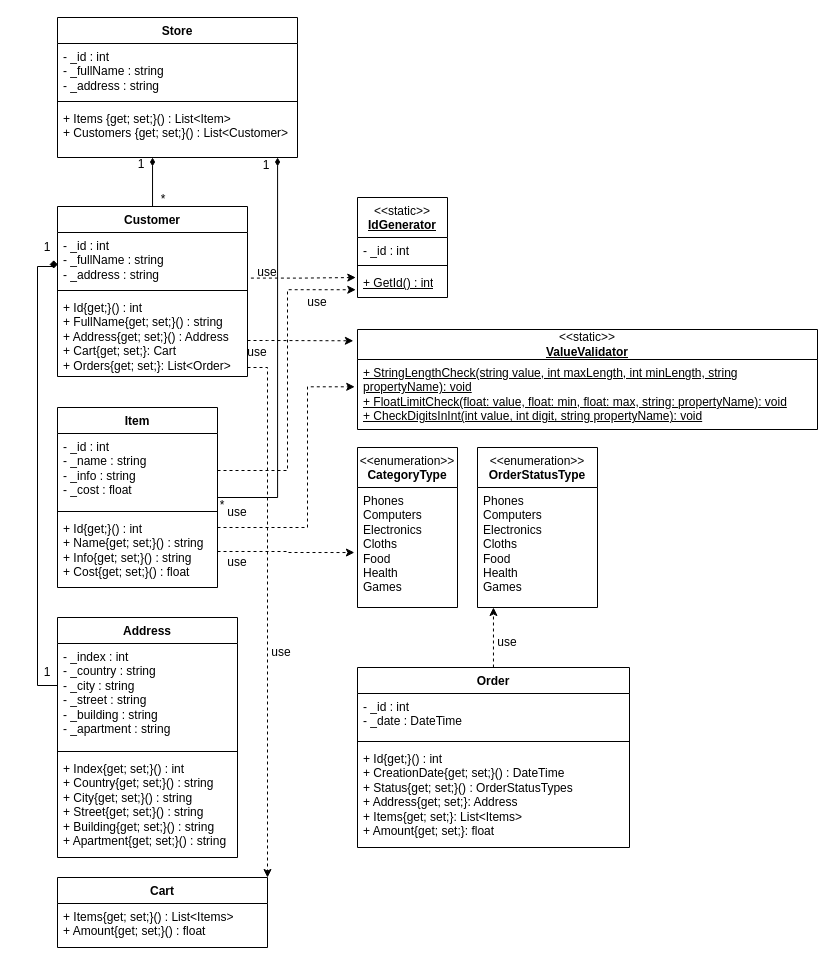
This is oop-winform/Diagram.drawio from antoniocra04/oop-winform, a draw.io file, before an edit. Source tidied: cells renumbered, new cells numbered last; positions are measured from the earlier drawing's top-left corner, leaving out a move shared by most shapes. Both pictures are drawn from the tidied source at 100%, with x=0, y=0 at pixel (17, 17).
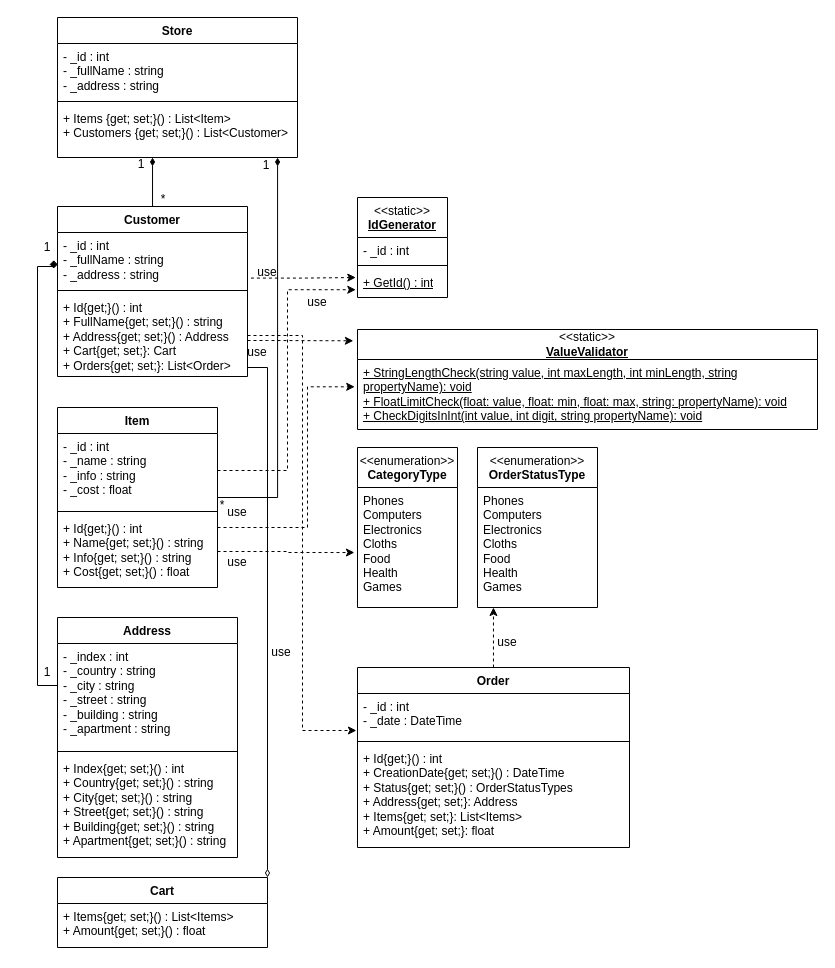
Above is the later version.

The change refers to these unchanged cells:
```xml
<mxCell id="5" value="+ Id{get;}() : int&lt;br&gt;+ FullName{get; set;}() : string&lt;br&gt;+ Address{get; set;}() : Address&lt;div&gt;+ Cart{get; set;}: Cart&lt;/div&gt;&lt;div&gt;+ Orders{get; set;}: List&amp;lt;Order&amp;gt;&lt;/div&gt;" style="text;strokeColor=none;fillColor=none;align=left;verticalAlign=top;spacingLeft=4;spacingRight=4;overflow=hidden;points=[[0,0.5],[1,0.5]];portConstraint=eastwest;whiteSpace=wrap;html=1;" parent="2" vertex="1">
  <mxGeometry y="88" width="190" height="82" as="geometry" />
</mxCell>
<mxCell id="45" value="Cart" style="swimlane;fontStyle=1;align=center;verticalAlign=top;horizontal=1;startSize=26;whiteSpace=wrap;html=1;" parent="1" vertex="1">
  <mxGeometry x="40" y="860" width="210" height="70" as="geometry" />
</mxCell>
<mxCell id="49" value="- _id : int&lt;br&gt;- _date : DateTime" style="text;strokeColor=none;fillColor=none;align=left;verticalAlign=top;spacingLeft=4;spacingRight=4;overflow=hidden;points=[[0,0.5],[1,0.5]];portConstraint=eastwest;whiteSpace=wrap;html=1;" parent="48" vertex="1">
  <mxGeometry y="26" width="272" height="44" as="geometry" />
</mxCell>
```

Change to the diagram source:
```diff
@@
-    <mxCell id="55" style="edgeStyle=orthogonalEdgeStyle;rounded=0;jettySize=auto;html=1;entryX=1;entryY=0;entryDx=0;entryDy=0;dashed=1;" parent="1" edge="1" source="5" target="45">
+    <mxCell id="55" style="edgeStyle=orthogonalEdgeStyle;rounded=0;jettySize=auto;html=1;entryX=1;entryY=0;entryDx=0;entryDy=0;endArrow=diamondThin;endFill=0;" parent="1" edge="1" source="5" target="45">
       <mxGeometry relative="1" as="geometry">
         <Array as="points">
           <mxPoint x="250" y="350" />
         </Array>
       </mxGeometry>
     </mxCell>
@@
+    <mxCell id="57" style="edgeStyle=orthogonalEdgeStyle;rounded=0;jettySize=auto;html=1;entryX=-0.004;entryY=0.841;entryDx=0;entryDy=0;entryPerimeter=0;dashed=1;" parent="1" edge="1" source="5" target="49">
+      <mxGeometry relative="1" as="geometry" />
+    </mxCell>
```
